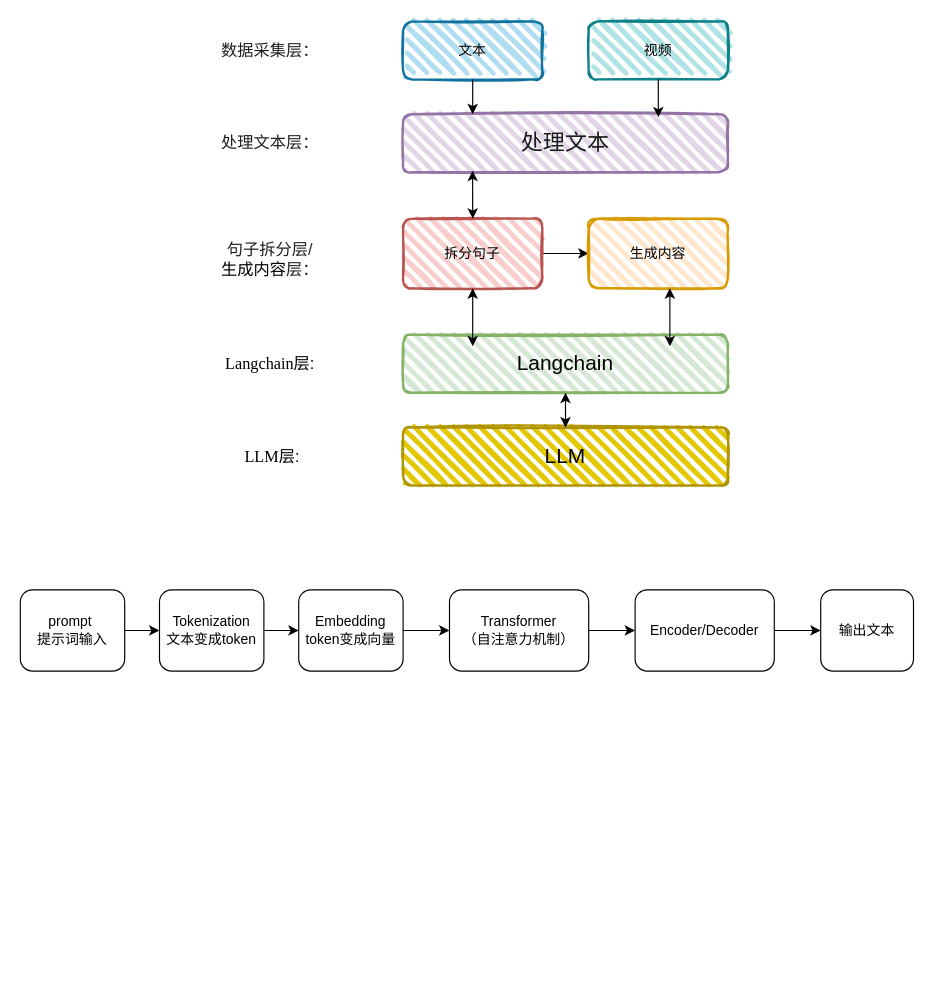
This is 架构图.drawio from gjf610/my-blog, a draw.io file, before an edit. Source tidied: cells renumbered, new cells numbered last; positions are measured from the earlier drawing's top-left corner, leaving out a move shared by most shapes. Both pictures are drawn from the tidied source at 116%, with x=0, y=0 at pixel (20, 21).
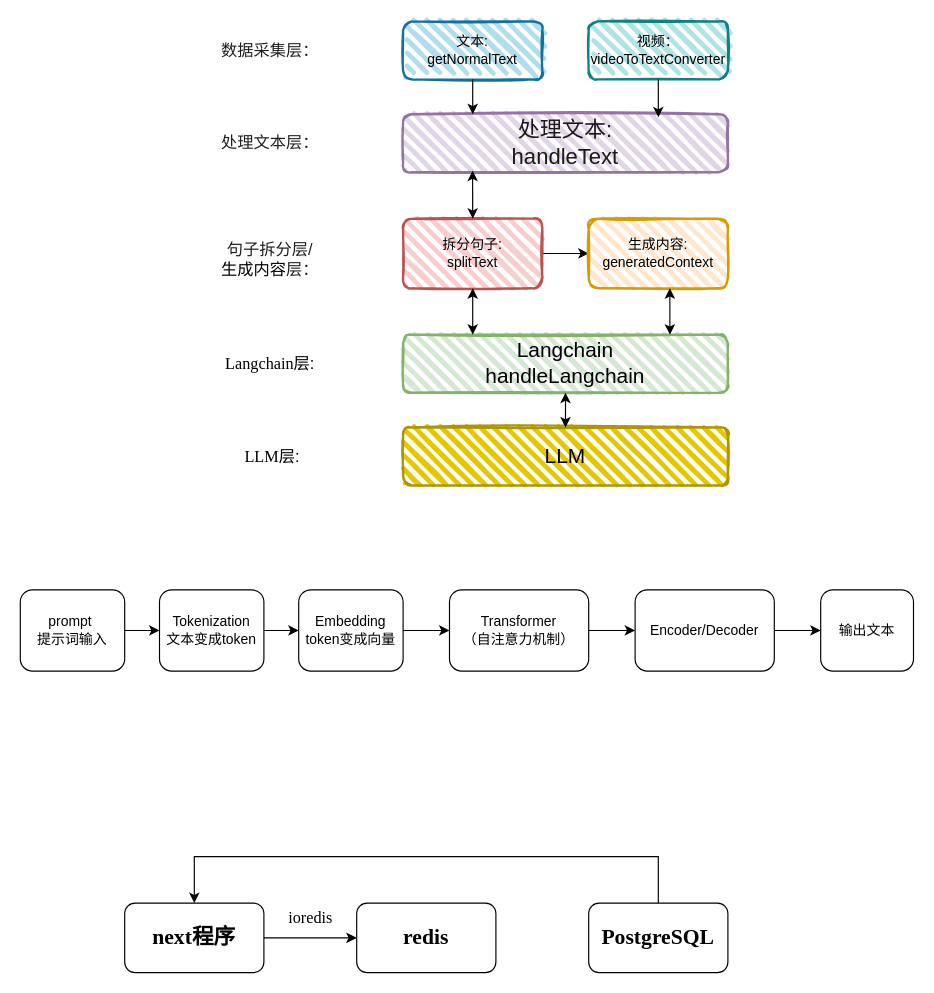
The same diagram, later.

Commit message:
更新架构图.drawio

What changed in the source:
```diff
@@
-    <mxCell id="3" value="&lt;span style=&quot;font-size: 18px;&quot;&gt;Langchain&lt;/span&gt;" style="rounded=1;whiteSpace=wrap;html=1;strokeWidth=2;fillWeight=4;hachureGap=8;hachureAngle=45;fillColor=#d5e8d4;sketch=1;strokeColor=#82b366;" parent="1" vertex="1">
+    <mxCell id="3" value="&lt;span style=&quot;font-size: 18px;&quot;&gt;Langchain&lt;br&gt;handleLangchain&lt;/span&gt;" style="rounded=1;whiteSpace=wrap;html=1;strokeWidth=2;fillWeight=4;hachureGap=8;hachureAngle=45;fillColor=#d5e8d4;sketch=1;strokeColor=#82b366;" parent="1" vertex="1">
       <mxGeometry x="330" y="270" width="280" height="50" as="geometry" />
     </mxCell>
@@
-    <mxCell id="5" value="拆分句子" style="rounded=1;whiteSpace=wrap;html=1;strokeWidth=2;fillWeight=4;hachureGap=8;hachureAngle=45;fillColor=#f8cecc;sketch=1;strokeColor=#b85450;" parent="1" vertex="1">
+    <mxCell id="5" value="拆分句子:&lt;br&gt;splitText" style="rounded=1;whiteSpace=wrap;html=1;strokeWidth=2;fillWeight=4;hachureGap=8;hachureAngle=45;fillColor=#f8cecc;sketch=1;strokeColor=#b85450;" parent="1" vertex="1">
       <mxGeometry x="330" y="170" width="120" height="60" as="geometry" />
     </mxCell>
-    <mxCell id="6" value="生成内容" style="rounded=1;whiteSpace=wrap;html=1;strokeWidth=2;fillWeight=4;hachureGap=8;hachureAngle=45;fillColor=#ffe6cc;sketch=1;strokeColor=#d79b00;" parent="1" vertex="1">
+    <mxCell id="6" value="生成内容:&lt;br&gt;generatedContext" style="rounded=1;whiteSpace=wrap;html=1;strokeWidth=2;fillWeight=4;hachureGap=8;hachureAngle=45;fillColor=#ffe6cc;sketch=1;strokeColor=#d79b00;" parent="1" vertex="1">
       <mxGeometry x="490" y="170" width="120" height="60" as="geometry" />
     </mxCell>
-    <mxCell id="7" value="&lt;font color=&quot;#1a1a1a&quot;&gt;&lt;span style=&quot;font-size: 19px;&quot;&gt;处理文本&lt;/span&gt;&lt;/font&gt;" style="rounded=1;whiteSpace=wrap;html=1;strokeWidth=2;fillWeight=4;hachureGap=8;hachureAngle=45;fillColor=#e1d5e7;sketch=1;strokeColor=#9673a6;" parent="1" vertex="1">
+    <mxCell id="7" value="&lt;font color=&quot;#1a1a1a&quot;&gt;&lt;span style=&quot;font-size: 19px;&quot;&gt;处理文本:&lt;br&gt;handleText&lt;/span&gt;&lt;/font&gt;" style="rounded=1;whiteSpace=wrap;html=1;strokeWidth=2;fillWeight=4;hachureGap=8;hachureAngle=45;fillColor=#e1d5e7;sketch=1;strokeColor=#9673a6;" parent="1" vertex="1">
       <mxGeometry x="330" y="80" width="280" height="50" as="geometry" />
     </mxCell>
@@
     <mxCell id="9" style="endArrow=classic;startArrow=classic;html=1;rounded=0;entryX=0.5;entryY=1;entryDx=0;entryDy=0;" parent="1" edge="1" target="5">
       <mxGeometry relative="1" as="geometry">
-        <mxPoint x="390" y="280" as="sourcePoint" />
+        <mxPoint x="390" y="270" as="sourcePoint" />
       </mxGeometry>
     </mxCell>
     <mxCell id="10" style="endArrow=classic;startArrow=classic;html=1;rounded=0;entryX=0.583;entryY=1;entryDx=0;entryDy=0;entryPerimeter=0;" parent="1" edge="1" target="6">
       <mxGeometry relative="1" as="geometry">
-        <mxPoint x="560" y="280" as="sourcePoint" />
+        <mxPoint x="560" y="270" as="sourcePoint" />
       </mxGeometry>
     </mxCell>
@@
-    <mxCell id="12" value="文本" style="rounded=1;whiteSpace=wrap;html=1;strokeWidth=2;fillWeight=4;hachureGap=8;hachureAngle=45;fillColor=#b1ddf0;sketch=1;strokeColor=#10739e;" parent="1" vertex="1">
+    <mxCell id="12" value="文本:&lt;br&gt;getNormalText" style="rounded=1;whiteSpace=wrap;html=1;strokeWidth=2;fillWeight=4;hachureGap=8;hachureAngle=45;fillColor=#b1ddf0;sketch=1;strokeColor=#10739e;" parent="1" vertex="1">
       <mxGeometry x="330" width="120" height="50" as="geometry" />
     </mxCell>
-    <mxCell id="13" value="视频" style="rounded=1;whiteSpace=wrap;html=1;strokeWidth=2;fillWeight=4;hachureGap=8;hachureAngle=45;fillColor=#b0e3e6;sketch=1;strokeColor=#0e8088;" parent="1" vertex="1">
+    <mxCell id="13" value="视频：&lt;br&gt;videoToTextConverter" style="rounded=1;whiteSpace=wrap;html=1;strokeWidth=2;fillWeight=4;hachureGap=8;hachureAngle=45;fillColor=#b0e3e6;sketch=1;strokeColor=#0e8088;" parent="1" vertex="1">
       <mxGeometry x="490" width="120" height="50" as="geometry" />
     </mxCell>
@@
+    <mxCell id="32" value="&lt;p class=&quot;MsoNormal&quot;&gt;&lt;font face=&quot;Times New Roman&quot;&gt;&lt;span style=&quot;font-size: 18.6667px;&quot;&gt;&lt;b&gt;redis&lt;/b&gt;&lt;/span&gt;&lt;/font&gt;&lt;/p&gt;" style="rounded=1;whiteSpace=wrap;html=1;" parent="1" vertex="1">
+      <mxGeometry x="290" y="760" width="120" height="60" as="geometry" />
+    </mxCell>
+    <mxCell id="33" style="edgeStyle=orthogonalEdgeStyle;rounded=0;jettySize=auto;html=1;entryX=0.5;entryY=0;entryDx=0;entryDy=0;" parent="1" edge="1" source="34" target="36">
+      <mxGeometry relative="1" as="geometry">
+        <Array as="points">
+          <mxPoint x="550" y="720" />
+          <mxPoint x="150" y="720" />
+        </Array>
+      </mxGeometry>
+    </mxCell>
+    <mxCell id="34" value="&lt;p class=&quot;MsoNormal&quot;&gt;&lt;b&gt;&lt;span style=&quot;font-family: 黑体; font-size: 14pt;&quot;&gt;&lt;font face=&quot;Times New Roman&quot;&gt;PostgreSQL&lt;/font&gt;&lt;/span&gt;&lt;/b&gt;&lt;/p&gt;" style="rounded=1;whiteSpace=wrap;html=1;" parent="1" vertex="1">
+      <mxGeometry x="490" y="760" width="120" height="60" as="geometry" />
+    </mxCell>
+    <mxCell id="35" style="edgeStyle=orthogonalEdgeStyle;rounded=0;jettySize=auto;html=1;entryX=0;entryY=0.5;entryDx=0;entryDy=0;" parent="1" edge="1" source="36" target="32">
+      <mxGeometry relative="1" as="geometry" />
+    </mxCell>
+    <mxCell id="36" value="&lt;p class=&quot;MsoNormal&quot;&gt;&lt;font face=&quot;Times New Roman&quot;&gt;&lt;span style=&quot;font-size: 18.6667px;&quot;&gt;&lt;b&gt;next程序&lt;/b&gt;&lt;/span&gt;&lt;/font&gt;&lt;/p&gt;" style="rounded=1;whiteSpace=wrap;html=1;" parent="1" vertex="1">
+      <mxGeometry x="90" y="760" width="120" height="60" as="geometry" />
+    </mxCell>
+    <mxCell id="37" value="&lt;p class=&quot;MsoNormal&quot;&gt;&lt;span style=&quot;mso-spacerun:'yes';font-family:宋体;mso-ascii-font-family:'Times New Roman';&lt;br/&gt;mso-hansi-font-family:'Times New Roman';font-size:10.5000pt;mso-font-kerning:1.0000pt;&quot;&gt;&lt;font face=&quot;Times New Roman&quot;&gt;ioredis&lt;/font&gt;&lt;/span&gt;&lt;/p&gt;" style="text;html=1;align=center;verticalAlign=middle;strokeColor=none;fillColor=none;" parent="1" vertex="1">
+      <mxGeometry x="220" y="748" width="60" height="50" as="geometry" />
+    </mxCell>
```
